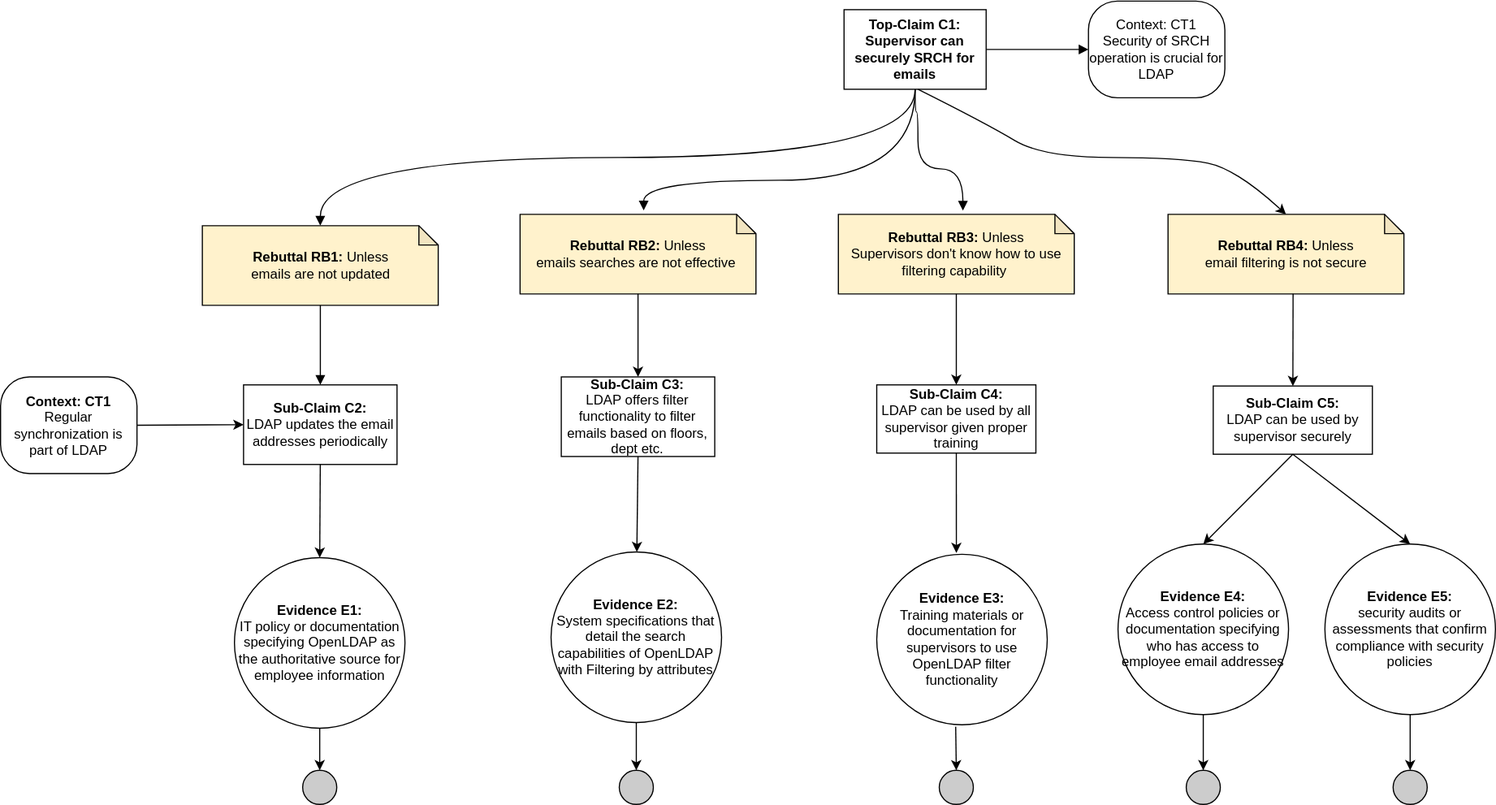
This is images/SRCH.svg from bartelsjoshuac/SAPG, a draw.io export, as it was before one commit. Source tidied: cells renumbered, new cells last; positions are measured from the earlier drawing's top-left corner, leaving out a move shared by most shapes.
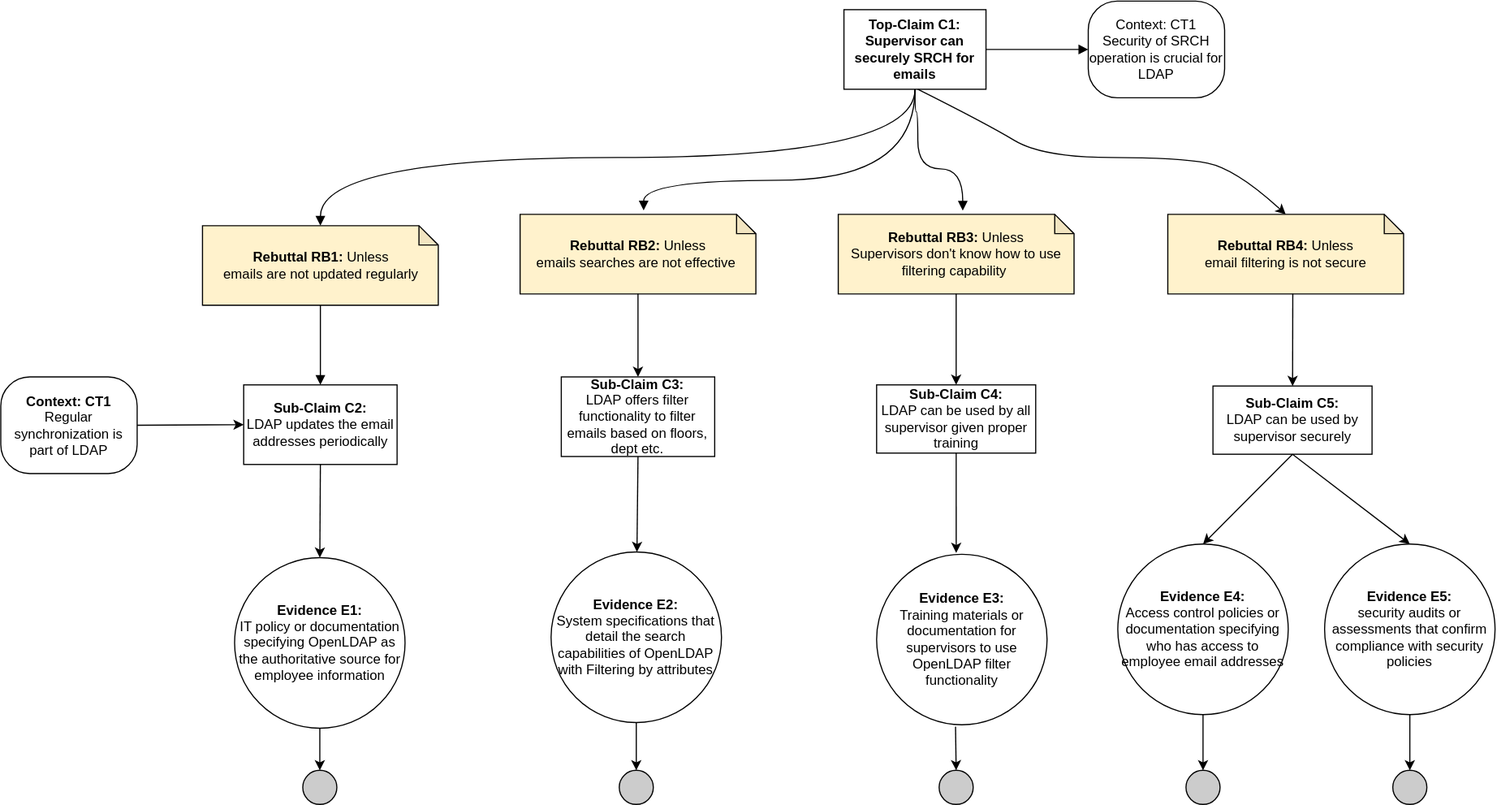
Later version of the same file.

What changed in the source:
```diff
@@ -22,7 +22,7 @@
     <mxCell id="6" style="edgeStyle=orthogonalEdgeStyle;curved=1;rounded=0;jettySize=auto;html=1;endArrow=block;endFill=1;" parent="1" edge="1" source="7" target="8">
       <mxGeometry relative="1" as="geometry" />
     </mxCell>
-    <mxCell id="7" value="&lt;b&gt;Rebuttal RB1:&lt;/b&gt; Unless&lt;br&gt;emails are not updated" style="shape=note;whiteSpace=wrap;html=1;backgroundOutline=1;darkOpacity=0.05;size=17;fillColor=#FFF2CC;" parent="1" vertex="1">
+    <mxCell id="7" value="&lt;b&gt;Rebuttal RB1:&lt;/b&gt; Unless&lt;br&gt;emails are not updated regularly" style="shape=note;whiteSpace=wrap;html=1;backgroundOutline=1;darkOpacity=0.05;size=17;fillColor=#FFF2CC;" parent="1" vertex="1">
       <mxGeometry x="177.5" y="198" width="207.5" height="70" as="geometry" />
     </mxCell>
     <mxCell id="8" value="&lt;b&gt;Sub-Claim C2:&lt;br&gt;&lt;/b&gt;LDAP updates the email addresses periodically" style="rounded=0;whiteSpace=wrap;html=1;" parent="1" vertex="1">
```
